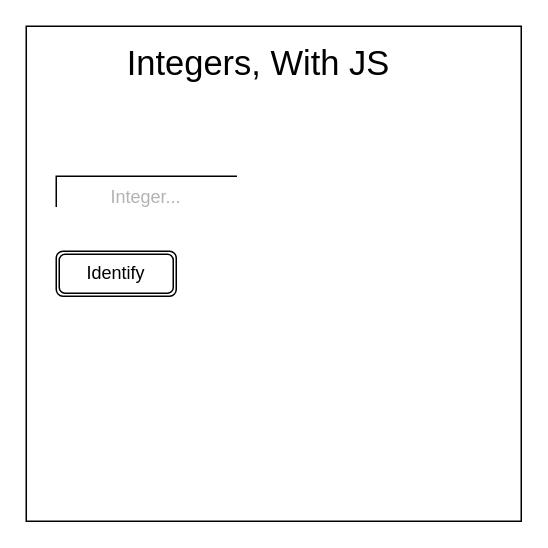
KaitlynIp64/ICS2O-Unit-5-02-JS keeps this draw.io diagram as designs/storyboard.drawio. Above is the earlier version. Source tidied: cells renumbered, new cells numbered last; positions are measured from the earlier drawing's top-left corner, leaving out a move shared by most shapes. Both pictures are drawn from the tidied source at 150%, with x=0, y=0 at pixel (26, 26).
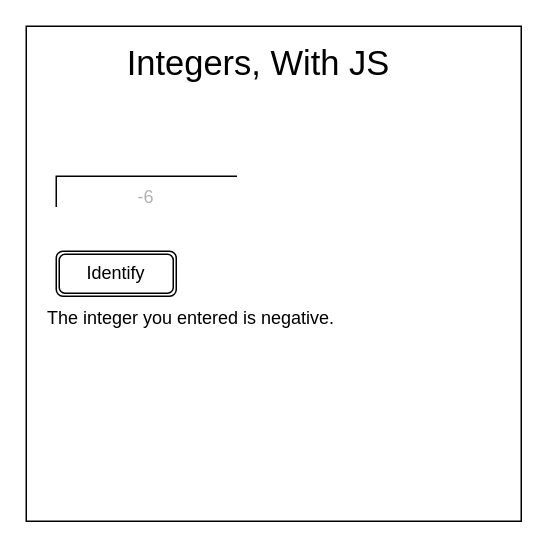
The same page after the edit.

Commit message (it also covers changes not shown here):
added second storyboard

What changed in the source:
```diff
@@
 <mxGraphModel>
   <root>
     <mxCell id="0" />
     <mxCell id="1" parent="0" />
     <mxCell id="2" style="whiteSpace=wrap;html=1;" parent="1" vertex="1">
       <mxGeometry width="330" height="330" as="geometry" />
     </mxCell>
     <mxCell id="3" value="&lt;font style=&quot;font-size: 23px&quot;&gt;Integers, With JS&lt;/font&gt;" style="text;html=1;strokeColor=none;fillColor=none;align=center;verticalAlign=middle;whiteSpace=wrap;rounded=0;" parent="1" vertex="1">
       <mxGeometry x="50" y="10" width="210" height="30" as="geometry" />
     </mxCell>
-    <mxCell id="4" value="&lt;font style=&quot;font-size: 12px&quot; color=&quot;#b3b3b3&quot;&gt;Integer...&lt;/font&gt;" style="shape=partialRectangle;whiteSpace=wrap;html=1;bottom=0;right=0;fillColor=none;fontSize=23;rotation=0;" parent="1" vertex="1">
+    <mxCell id="4" value="&lt;font style=&quot;font-size: 12px&quot; color=&quot;#b3b3b3&quot;&gt;-6&lt;/font&gt;" style="shape=partialRectangle;whiteSpace=wrap;html=1;bottom=0;right=0;fillColor=none;fontSize=23;rotation=0;" parent="1" vertex="1">
       <mxGeometry x="20" y="100" width="120" height="20" as="geometry" />
     </mxCell>
     <mxCell id="5" value="&lt;font color=&quot;#000000&quot;&gt;Identify&lt;/font&gt;" style="shape=ext;double=1;rounded=1;whiteSpace=wrap;html=1;fontSize=12;fontColor=#B3B3B3;" parent="1" vertex="1">
       <mxGeometry x="20" y="150" width="80" height="30" as="geometry" />
     </mxCell>
+    <mxCell id="6" value="The integer you entered is negative." style="text;html=1;strokeColor=none;fillColor=none;align=center;verticalAlign=middle;whiteSpace=wrap;rounded=0;fontSize=12;fontColor=#000000;" parent="1" vertex="1">
+      <mxGeometry y="180" width="220" height="30" as="geometry" />
+    </mxCell>
   </root>
 </mxGraphModel>
```
